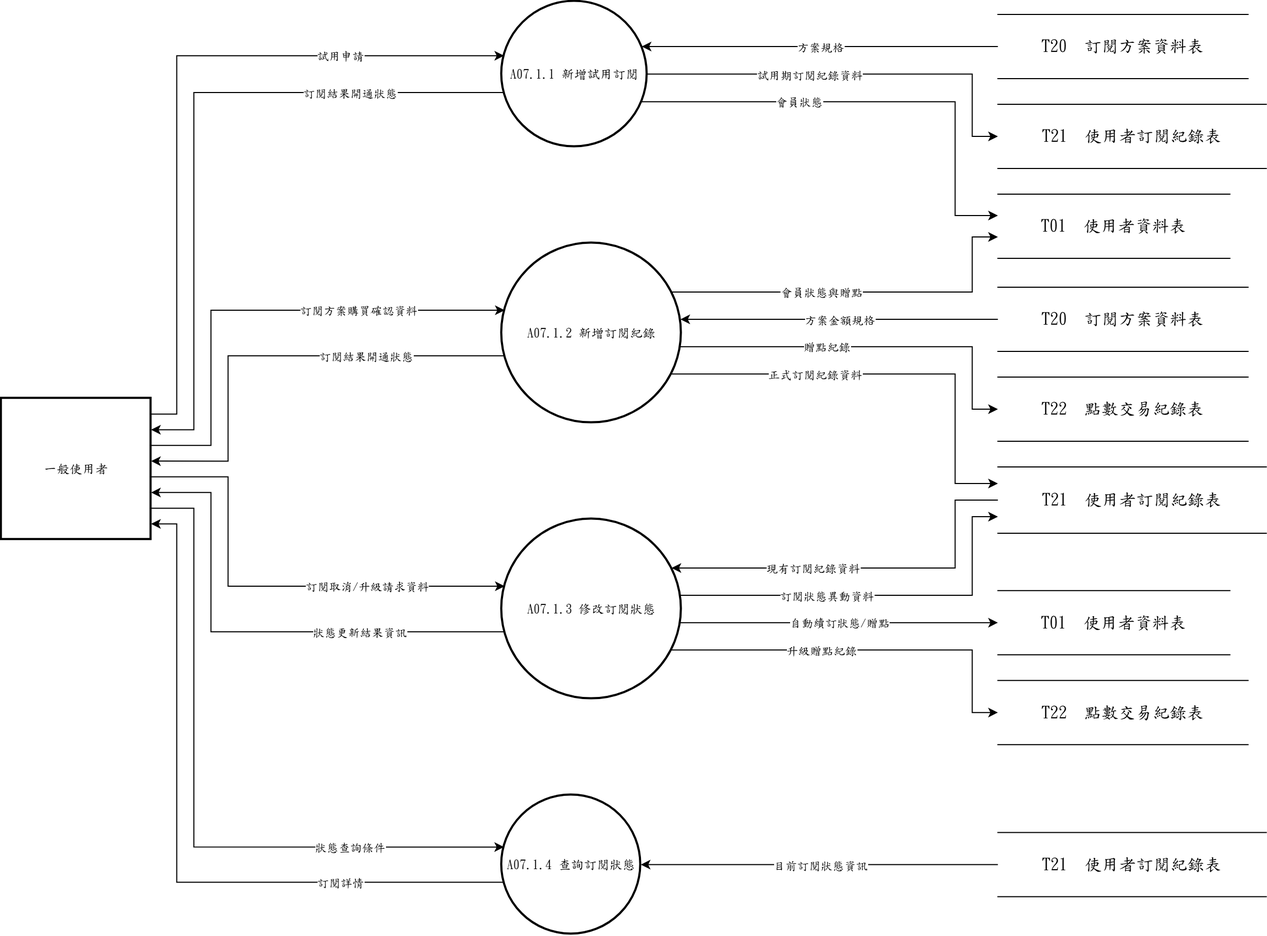
Earlier version of the draw.io export 系統文件/第6章/DFD圖/圖7/新/圖7-1.drawio.png (s22452007/115502). Source tidied: cells renumbered, new cells last; positions are measured from the earlier drawing's top-left corner, leaving out a move shared by most shapes.
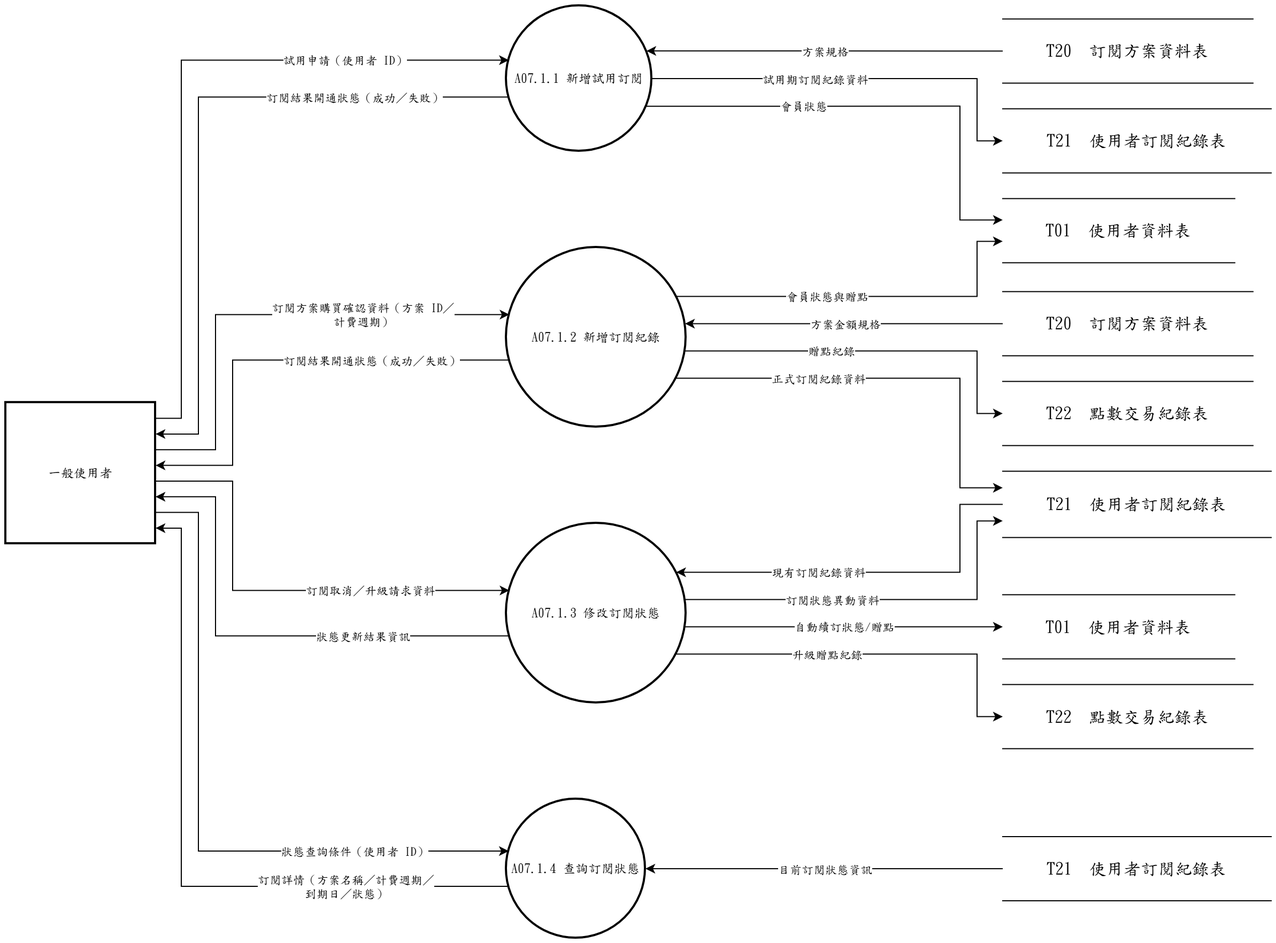
Above is the later version.

The edit, as a diff of the source:
```diff
@@ -52,7 +52,7 @@
         </Array>
       </mxGeometry>
     </mxCell>
-    <mxCell id="17" value="試用申請" style="edgeLabel;html=1;align=center;verticalAlign=middle;fontFamily=標楷體;" parent="16" vertex="1">
+    <mxCell id="17" value="試用申請（使用者 ID）" style="edgeLabel;html=1;align=center;verticalAlign=middle;fontFamily=標楷體;" parent="16" vertex="1">
       <mxGeometry x="0.54" relative="1" as="geometry" />
     </mxCell>
     <mxCell id="18" style="edgeStyle=none;rounded=0;html=1;fontFamily=標楷體;endArrow=classic;exitX=0.0000;exitY=0.5000;exitDx=0;exitDy=0;exitPerimeter=0;entryX=0.9625;entryY=0.3100;entryDx=0;entryDy=0;entryPerimeter=0;" parent="1" edge="1" source="7" target="2">
@@ -69,30 +69,30 @@
         </Array>
       </mxGeometry>
     </mxCell>
-    <mxCell id="21" value="訂閱結果開通狀態" style="edgeLabel;html=1;align=center;verticalAlign=middle;fontFamily=標楷體;" parent="20" vertex="1">
+    <mxCell id="21" value="訂閱結果開通狀態（成功／失敗）" style="edgeLabel;html=1;align=center;verticalAlign=middle;fontFamily=標楷體;" parent="20" vertex="1">
       <mxGeometry x="-0.55" relative="1" as="geometry" />
     </mxCell>
-    <mxCell id="22" style="edgeStyle=none;rounded=0;html=1;fontFamily=標楷體;endArrow=classic;exitX=1.0000;exitY=0.5000;exitDx=0;exitDy=0;exitPerimeter=0;entryX=0.0000;entryY=0.5000;entryDx=0;entryDy=0;entryPerimeter=0;" parent="1" edge="1" source="2" target="8">
+    <mxCell id="22" style="edgeStyle=none;rounded=0;html=1;fontFamily=標楷體;endArrow=classic;exitX=0.9625;exitY=0.6900;exitDx=0;exitDy=0;exitPerimeter=0;entryX=0.0000;entryY=0.3333;entryDx=0;entryDy=0;entryPerimeter=0;" parent="1" edge="1" source="2" target="9">
       <mxGeometry relative="1" as="geometry">
         <Array as="points">
-          <mxPoint x="908" y="68" />
-          <mxPoint x="908" y="126.2" />
+          <mxPoint x="892" y="93.8" />
+          <mxPoint x="892" y="200.2" />
         </Array>
       </mxGeometry>
     </mxCell>
-    <mxCell id="23" value="試用期訂閱紀錄資料" style="edgeLabel;html=1;align=center;verticalAlign=middle;fontFamily=標楷體;" parent="22" vertex="1">
-      <mxGeometry x="-0.21" relative="1" as="geometry" />
+    <mxCell id="23" value="會員狀態" style="edgeLabel;html=1;align=center;verticalAlign=middle;fontFamily=標楷體;" parent="22" vertex="1">
+      <mxGeometry x="-0.33" relative="1" as="geometry" />
     </mxCell>
-    <mxCell id="24" style="edgeStyle=none;rounded=0;html=1;fontFamily=標楷體;endArrow=classic;exitX=0.9625;exitY=0.6900;exitDx=0;exitDy=0;exitPerimeter=0;entryX=0.0000;entryY=0.3333;entryDx=0;entryDy=0;entryPerimeter=0;" parent="1" edge="1" source="2" target="9">
+    <mxCell id="24" style="edgeStyle=none;rounded=0;html=1;fontFamily=標楷體;endArrow=classic;exitX=1.0000;exitY=0.5000;exitDx=0;exitDy=0;exitPerimeter=0;entryX=0.0000;entryY=0.5000;entryDx=0;entryDy=0;entryPerimeter=0;" parent="1" edge="1" source="2" target="8">
       <mxGeometry relative="1" as="geometry">
         <Array as="points">
-          <mxPoint x="892" y="93.8" />
-          <mxPoint x="892" y="200.2" />
+          <mxPoint x="908" y="68" />
+          <mxPoint x="908" y="126.2" />
         </Array>
       </mxGeometry>
     </mxCell>
-    <mxCell id="25" value="會員狀態" style="edgeLabel;html=1;align=center;verticalAlign=middle;fontFamily=標楷體;" parent="24" vertex="1">
-      <mxGeometry x="-0.33" relative="1" as="geometry" />
+    <mxCell id="25" value="試用期訂閱紀錄資料" style="edgeLabel;html=1;align=center;verticalAlign=middle;fontFamily=標楷體;" parent="24" vertex="1">
+      <mxGeometry x="-0.21" relative="1" as="geometry" />
     </mxCell>
     <mxCell id="26" style="edgeStyle=none;rounded=0;html=1;fontFamily=標楷體;endArrow=classic;exitX=1.0000;exitY=0.3333;exitDx=0;exitDy=0;exitPerimeter=0;entryX=0.0163;entryY=0.3733;entryDx=0;entryDy=0;entryPerimeter=0;" parent="1" edge="1" source="6" target="3">
       <mxGeometry relative="1" as="geometry">
@@ -102,7 +102,7 @@
         </Array>
       </mxGeometry>
     </mxCell>
-    <mxCell id="27" value="訂閱方案購買確認資料" style="edgeLabel;html=1;align=center;verticalAlign=middle;fontFamily=標楷體;" parent="26" vertex="1">
+    <mxCell id="27" value="訂閱方案購買確認資料（方案 ID／&lt;br&gt;計費週期）" style="edgeLabel;html=1;align=center;verticalAlign=middle;fontFamily=標楷體;" parent="26" vertex="1">
       <mxGeometry x="0.4" relative="1" as="geometry" />
     </mxCell>
     <mxCell id="28" style="edgeStyle=none;rounded=0;html=1;fontFamily=標楷體;endArrow=classic;exitX=0.0000;exitY=0.5000;exitDx=0;exitDy=0;exitPerimeter=0;entryX=0.9942;entryY=0.4240;entryDx=0;entryDy=0;entryPerimeter=0;" parent="1" edge="1" source="10" target="3">
@@ -119,30 +119,30 @@
         </Array>
       </mxGeometry>
     </mxCell>
-    <mxCell id="31" value="訂閱結果開通狀態" style="edgeLabel;html=1;align=center;verticalAlign=middle;fontFamily=標楷體;" parent="30" vertex="1">
+    <mxCell id="31" value="訂閱結果開通狀態（成功／失敗）" style="edgeLabel;html=1;align=center;verticalAlign=middle;fontFamily=標楷體;" parent="30" vertex="1">
       <mxGeometry x="-0.4" relative="1" as="geometry" />
     </mxCell>
-    <mxCell id="32" style="edgeStyle=none;rounded=0;html=1;fontFamily=標楷體;endArrow=classic;exitX=0.9450;exitY=0.7280;exitDx=0;exitDy=0;exitPerimeter=0;entryX=0.0000;entryY=0.2500;entryDx=0;entryDy=0;entryPerimeter=0;" parent="1" edge="1" source="3" target="12">
+    <mxCell id="32" style="edgeStyle=none;rounded=0;html=1;fontFamily=標楷體;endArrow=classic;exitX=0.9450;exitY=0.2720;exitDx=0;exitDy=0;exitPerimeter=0;entryX=0.0000;entryY=0.6667;entryDx=0;entryDy=0;entryPerimeter=0;" parent="1" edge="1" source="3" target="9">
       <mxGeometry relative="1" as="geometry">
         <Array as="points">
-          <mxPoint x="892" y="348.3" />
-          <mxPoint x="892" y="450.7" />
+          <mxPoint x="908" y="271.7" />
+          <mxPoint x="908" y="220.2" />
         </Array>
       </mxGeometry>
     </mxCell>
-    <mxCell id="33" value="正式訂閱紀錄資料" style="edgeLabel;html=1;align=center;verticalAlign=middle;fontFamily=標楷體;" parent="32" vertex="1">
-      <mxGeometry x="-0.35" relative="1" as="geometry" />
+    <mxCell id="33" value="會員狀態與贈點" style="edgeLabel;html=1;align=center;verticalAlign=middle;fontFamily=標楷體;" parent="32" vertex="1">
+      <mxGeometry x="-0.21" relative="1" as="geometry" />
     </mxCell>
-    <mxCell id="34" style="edgeStyle=none;rounded=0;html=1;fontFamily=標楷體;endArrow=classic;exitX=0.9450;exitY=0.2720;exitDx=0;exitDy=0;exitPerimeter=0;entryX=0.0000;entryY=0.6667;entryDx=0;entryDy=0;entryPerimeter=0;" parent="1" edge="1" source="3" target="9">
+    <mxCell id="34" style="edgeStyle=none;rounded=0;html=1;fontFamily=標楷體;endArrow=classic;exitX=0.9450;exitY=0.7280;exitDx=0;exitDy=0;exitPerimeter=0;entryX=0.0000;entryY=0.2500;entryDx=0;entryDy=0;entryPerimeter=0;" parent="1" edge="1" source="3" target="12">
       <mxGeometry relative="1" as="geometry">
         <Array as="points">
-          <mxPoint x="908" y="271.7" />
-          <mxPoint x="908" y="220.2" />
+          <mxPoint x="892" y="348.3" />
+          <mxPoint x="892" y="450.7" />
         </Array>
       </mxGeometry>
     </mxCell>
-    <mxCell id="35" value="會員狀態與贈點" style="edgeLabel;html=1;align=center;verticalAlign=middle;fontFamily=標楷體;" parent="34" vertex="1">
-      <mxGeometry x="-0.21" relative="1" as="geometry" />
+    <mxCell id="35" value="正式訂閱紀錄資料" style="edgeLabel;html=1;align=center;verticalAlign=middle;fontFamily=標楷體;" parent="34" vertex="1">
+      <mxGeometry x="-0.35" relative="1" as="geometry" />
     </mxCell>
     <mxCell id="36" style="edgeStyle=none;rounded=0;html=1;fontFamily=標楷體;endArrow=classic;exitX=0.9942;exitY=0.5760;exitDx=0;exitDy=0;exitPerimeter=0;entryX=0.0000;entryY=0.5000;entryDx=0;entryDy=0;entryPerimeter=0;" parent="1" edge="1" source="3" target="11">
       <mxGeometry relative="1" as="geometry">
@@ -163,7 +163,7 @@
         </Array>
       </mxGeometry>
     </mxCell>
-    <mxCell id="39" value="訂閱取消/升級請求資料" style="edgeLabel;html=1;align=center;verticalAlign=middle;fontFamily=標楷體;" parent="38" vertex="1">
+    <mxCell id="39" value="訂閱取消／升級請求資料" style="edgeLabel;html=1;align=center;verticalAlign=middle;fontFamily=標楷體;" parent="38" vertex="1">
       <mxGeometry x="0.4" relative="1" as="geometry" />
     </mxCell>
     <mxCell id="40" style="edgeStyle=none;rounded=0;html=1;fontFamily=標楷體;endArrow=classic;exitX=0.0000;exitY=0.5000;exitDx=0;exitDy=0;exitPerimeter=0;entryX=0.9450;entryY=0.2720;entryDx=0;entryDy=0;entryPerimeter=0;" parent="1" edge="1" source="12" target="4">
@@ -188,22 +188,22 @@
     <mxCell id="43" value="狀態更新結果資訊" style="edgeLabel;html=1;align=center;verticalAlign=middle;fontFamily=標楷體;" parent="42" vertex="1">
       <mxGeometry x="-0.4" relative="1" as="geometry" />
     </mxCell>
-    <mxCell id="44" style="edgeStyle=none;rounded=0;html=1;fontFamily=標楷體;endArrow=classic;exitX=0.9942;exitY=0.4240;exitDx=0;exitDy=0;exitPerimeter=0;entryX=0.0000;entryY=0.7500;entryDx=0;entryDy=0;entryPerimeter=0;" parent="1" edge="1" source="4" target="12">
-      <mxGeometry relative="1" as="geometry">
-        <Array as="points">
-          <mxPoint x="908" y="555.2" />
-          <mxPoint x="908" y="481.7" />
-        </Array>
-      </mxGeometry>
+    <mxCell id="44" style="edgeStyle=none;rounded=0;html=1;fontFamily=標楷體;endArrow=classic;exitX=0.9942;exitY=0.5760;exitDx=0;exitDy=0;exitPerimeter=0;entryX=0.0000;entryY=0.5000;entryDx=0;entryDy=0;entryPerimeter=0;" parent="1" edge="1" source="4" target="13">
+      <mxGeometry relative="1" as="geometry" />
     </mxCell>
-    <mxCell id="45" value="訂閱狀態異動資料" style="edgeLabel;html=1;align=center;verticalAlign=middle;fontFamily=標楷體;" parent="44" vertex="1">
-      <mxGeometry x="-0.26" relative="1" as="geometry" />
+    <mxCell id="45" value="自動續訂狀態/贈點" style="edgeLabel;html=1;align=center;verticalAlign=middle;fontFamily=標楷體;" parent="44" vertex="1">
+      <mxGeometry relative="1" as="geometry" />
     </mxCell>
-    <mxCell id="46" style="edgeStyle=none;rounded=0;html=1;fontFamily=標楷體;endArrow=classic;exitX=0.9942;exitY=0.5760;exitDx=0;exitDy=0;exitPerimeter=0;entryX=0.0000;entryY=0.5000;entryDx=0;entryDy=0;entryPerimeter=0;" parent="1" edge="1" source="4" target="13">
-      <mxGeometry relative="1" as="geometry" />
+    <mxCell id="46" style="edgeStyle=none;rounded=0;html=1;fontFamily=標楷體;endArrow=classic;exitX=0.9942;exitY=0.4240;exitDx=0;exitDy=0;exitPerimeter=0;entryX=0.0000;entryY=0.7500;entryDx=0;entryDy=0;entryPerimeter=0;" parent="1" edge="1" source="4" target="12">
+      <mxGeometry relative="1" as="geometry">
+        <Array as="points">
+          <mxPoint x="908" y="555.2" />
+          <mxPoint x="908" y="481.7" />
+        </Array>
+      </mxGeometry>
     </mxCell>
-    <mxCell id="47" value="自動續訂狀態/贈點" style="edgeLabel;html=1;align=center;verticalAlign=middle;fontFamily=標楷體;" parent="46" vertex="1">
-      <mxGeometry relative="1" as="geometry" />
+    <mxCell id="47" value="訂閱狀態異動資料" style="edgeLabel;html=1;align=center;verticalAlign=middle;fontFamily=標楷體;" parent="46" vertex="1">
+      <mxGeometry x="-0.26" relative="1" as="geometry" />
     </mxCell>
     <mxCell id="48" style="edgeStyle=none;rounded=0;html=1;fontFamily=標楷體;endArrow=classic;exitX=0.9450;exitY=0.7280;exitDx=0;exitDy=0;exitPerimeter=0;entryX=0.0000;entryY=0.5000;entryDx=0;entryDy=0;entryPerimeter=0;" parent="1" edge="1" source="4" target="14">
       <mxGeometry relative="1" as="geometry">
@@ -224,7 +224,7 @@
         </Array>
       </mxGeometry>
     </mxCell>
-    <mxCell id="51" value="狀態查詢條件" style="edgeLabel;html=1;align=center;verticalAlign=middle;fontFamily=標楷體;" parent="50" vertex="1">
+    <mxCell id="51" value="狀態查詢條件（使用者 ID）" style="edgeLabel;html=1;align=center;verticalAlign=middle;fontFamily=標楷體;" parent="50" vertex="1">
       <mxGeometry x="0.55" relative="1" as="geometry" />
     </mxCell>
     <mxCell id="52" style="edgeStyle=none;rounded=0;html=1;fontFamily=標楷體;endArrow=classic;exitX=0.0000;exitY=0.5000;exitDx=0;exitDy=0;exitPerimeter=0;entryX=1.0000;entryY=0.5000;entryDx=0;entryDy=0;entryPerimeter=0;" parent="1" edge="1" source="15" target="5">
@@ -241,7 +241,7 @@
         </Array>
       </mxGeometry>
     </mxCell>
-    <mxCell id="55" value="訂閱詳情" style="edgeLabel;html=1;align=center;verticalAlign=middle;fontFamily=標楷體;" parent="54" vertex="1">
+    <mxCell id="55" value="訂閱詳情（方案名稱／計費週期／&lt;br&gt;到期日／狀態）" style="edgeLabel;html=1;align=center;verticalAlign=middle;fontFamily=標楷體;" parent="54" vertex="1">
       <mxGeometry x="-0.54" relative="1" as="geometry" />
     </mxCell>
   </root>
```
